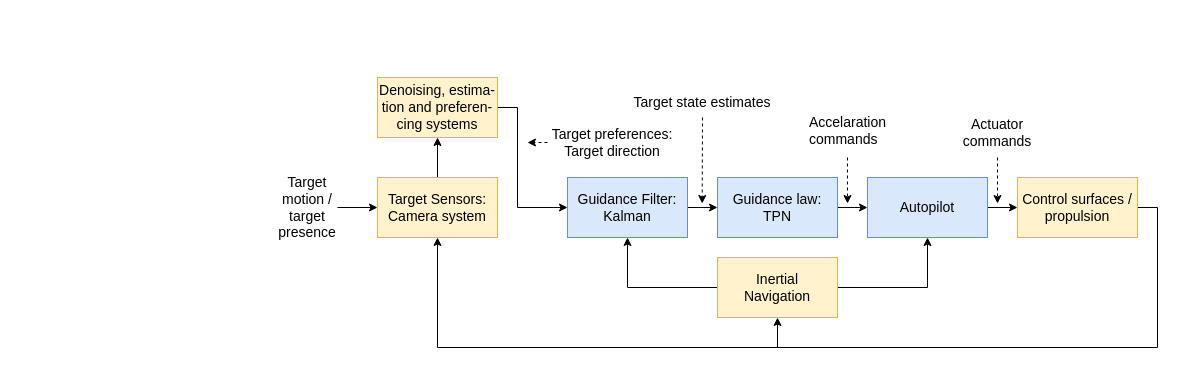
The draw.io diagram Control-Topology.drawio in jukkajo/satunnaista-tavaraa, before the edit. Source tidied: cells renumbered, new cells numbered last; positions are measured from the earlier drawing's top-left corner, leaving out a move shared by most shapes. Both pictures are drawn from the tidied source at 100%, with x=0, y=0 at pixel (277, 77).
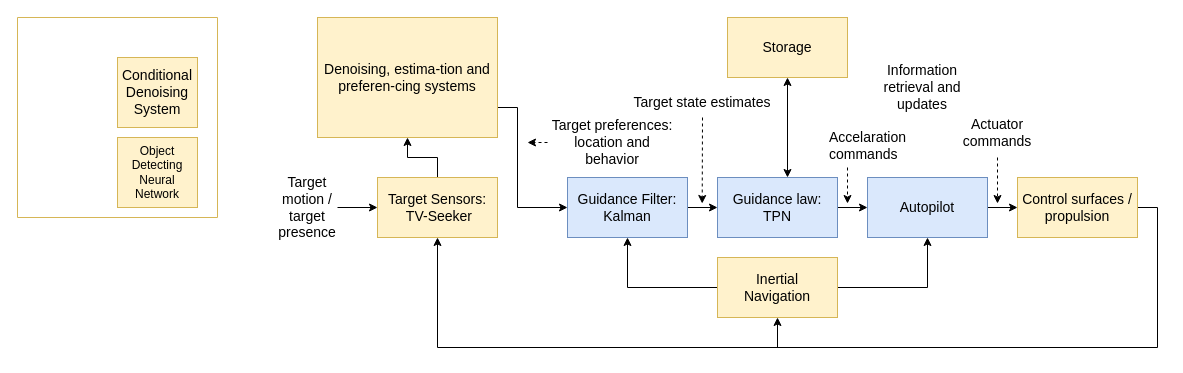
Above is the later version.

Unchanged cells that the change refers to:
```xml
<mxCell id="3" value="&lt;font style=&quot;font-size: 14px;&quot;&gt;Target state estimates&lt;br&gt;&lt;/font&gt;" style="text;html=1;align=center;verticalAlign=middle;whiteSpace=wrap;rounded=0;" parent="1" vertex="1">
  <mxGeometry x="350" y="10" width="150" height="30" as="geometry" />
</mxCell>
```

The edit, as a diff of the source:
```diff
@@
-    <mxCell id="2" value="&lt;div style=&quot;font-size: 13px;&quot;&gt;&lt;font style=&quot;font-size: 14px;&quot;&gt;Target preferences:&lt;/font&gt;&lt;/div&gt;&lt;div&gt;&lt;font style=&quot;font-size: 14px;&quot;&gt;Target direction&lt;br&gt;&lt;/font&gt;&lt;/div&gt;" style="text;html=1;align=center;verticalAlign=middle;whiteSpace=wrap;rounded=0;" parent="1" vertex="1">
+    <mxCell id="2" value="&lt;div style=&quot;font-size: 13px;&quot;&gt;&lt;font style=&quot;font-size: 14px;&quot;&gt;Target preferences:&lt;/font&gt;&lt;/div&gt;&lt;div&gt;&lt;font style=&quot;font-size: 14px;&quot;&gt;location and behavior&lt;br&gt;&lt;/font&gt;&lt;/div&gt;" style="text;html=1;align=center;verticalAlign=middle;whiteSpace=wrap;rounded=0;" parent="1" vertex="1">
       <mxGeometry x="270" y="50" width="130" height="30" as="geometry" />
     </mxCell>
@@
-    <mxCell id="7" value="&lt;div&gt;&lt;font style=&quot;font-size: 14px;&quot;&gt;Target Sensors:&lt;/font&gt;&lt;/div&gt;&lt;div&gt;&lt;font style=&quot;font-size: 14px;&quot;&gt;Camera system&lt;br&gt;&lt;/font&gt;&lt;/div&gt;" style="rounded=0;whiteSpace=wrap;html=1;fillColor=#fff2cc;strokeColor=#d6b656;" parent="1" vertex="1">
+    <mxCell id="7" value="&lt;div&gt;&lt;font style=&quot;font-size: 14px;&quot;&gt;Target Sensors:&lt;/font&gt;&lt;/div&gt;&lt;div&gt;&lt;font style=&quot;font-size: 14px;&quot;&gt;&amp;nbsp;TV-Seeker&lt;br&gt;&lt;/font&gt;&lt;/div&gt;" style="rounded=0;whiteSpace=wrap;html=1;fillColor=#fff2cc;strokeColor=#d6b656;" parent="1" vertex="1">
       <mxGeometry x="100" y="100" width="120" height="60" as="geometry" />
     </mxCell>
@@
-    <mxCell id="21" style="html=1;labelBackgroundColor=#ffffff;startArrow=none;startFill=0;startSize=6;endArrow=classic;endFill=1;endSize=6;jettySize=auto;orthogonalLoop=1;strokeWidth=1;dashed=1;fontSize=14;rounded=0;" parent="1" edge="1">
+    <mxCell id="21" style="html=1;labelBackgroundColor=#ffffff;startArrow=none;startFill=0;startSize=6;endArrow=classic;endFill=1;endSize=6;jettySize=auto;strokeWidth=1;dashed=1;fontSize=14;rounded=0;exitX=0.5;exitY=1;exitDx=0;exitDy=0;" parent="1" edge="1" source="3">
       <mxGeometry relative="1" as="geometry">
-        <mxPoint x="425" y="40" as="sourcePoint" />
         <mxPoint x="424.7" y="126" as="targetPoint" />
       </mxGeometry>
     </mxCell>
     <mxCell id="22" style="html=1;labelBackgroundColor=#ffffff;startArrow=none;startFill=0;startSize=6;endArrow=classic;endFill=1;endSize=6;jettySize=auto;orthogonalLoop=1;strokeWidth=1;dashed=1;fontSize=14;rounded=0;" parent="1" edge="1">
       <mxGeometry relative="1" as="geometry">
-        <mxPoint x="570" y="80" as="sourcePoint" />
+        <mxPoint x="570" y="90" as="sourcePoint" />
         <mxPoint x="570" y="126" as="targetPoint" />
       </mxGeometry>
     </mxCell>
@@
     <mxCell id="24" value="&lt;div&gt;&lt;font style=&quot;font-size: 14px;&quot;&gt;Accelaration&lt;/font&gt;&lt;/div&gt;&lt;div&gt;&lt;font style=&quot;font-size: 14px;&quot;&gt;commands&lt;/font&gt;&lt;/div&gt;" style="text;whiteSpace=wrap;html=1;" parent="1" vertex="1">
-      <mxGeometry x="530" y="30" width="160" height="40" as="geometry" />
+      <mxGeometry x="550" y="45" width="160" height="40" as="geometry" />
     </mxCell>
@@
     <mxCell id="26" value="&lt;font style=&quot;font-size: 14px;&quot;&gt;Denoising, estima-tion and preferen-cing systems&lt;/font&gt;" style="rounded=0;whiteSpace=wrap;html=1;fillColor=#fff2cc;strokeColor=#d6b656;" parent="1" vertex="1">
-      <mxGeometry x="100" width="120" height="60" as="geometry" />
+      <mxGeometry x="40" y="-60" width="180" height="120" as="geometry" />
     </mxCell>
@@
+    <mxCell id="28" style="swimlane;startSize=0;strokeColor=#D6B656;fillColor=#FFF2CC;" parent="1" vertex="1">
+      <mxGeometry x="-260" y="-60" width="200" height="200" as="geometry" />
+    </mxCell>
+    <mxCell id="29" value="&lt;font style=&quot;font-size: 14px;&quot;&gt;Conditional Denoising System&lt;/font&gt;" style="rounded=0;whiteSpace=wrap;html=1;fillColor=#fff2cc;strokeColor=#d6b656;" parent="28" vertex="1">
+      <mxGeometry x="100" y="40" width="80" height="70" as="geometry" />
+    </mxCell>
+    <mxCell id="30" value="Object Detecting Neural Network" style="rounded=0;whiteSpace=wrap;html=1;fillColor=#fff2cc;strokeColor=#d6b656;" parent="28" vertex="1">
+      <mxGeometry x="100" y="120" width="80" height="70" as="geometry" />
+    </mxCell>
+    <mxCell id="31" value="&lt;font style=&quot;font-size: 14px;&quot;&gt;Storage&lt;br&gt;&lt;/font&gt;" style="rounded=0;whiteSpace=wrap;html=1;fillColor=#fff2cc;strokeColor=#d6b656;" parent="1" vertex="1">
+      <mxGeometry x="450" y="-60" width="120" height="60" as="geometry" />
+    </mxCell>
+    <mxCell id="32" style="endArrow=classic;startArrow=classic;html=1;rounded=0;" parent="1" edge="1">
+      <mxGeometry relative="1" as="geometry">
+        <mxPoint x="510" y="100" as="sourcePoint" />
+        <mxPoint x="510" as="targetPoint" />
+      </mxGeometry>
+    </mxCell>
+    <mxCell id="33" value="&lt;font style=&quot;font-size: 14px;&quot;&gt;Information retrieval and updates&lt;/font&gt;" style="text;html=1;align=center;verticalAlign=middle;whiteSpace=wrap;rounded=0;" parent="1" vertex="1">
+      <mxGeometry x="590" y="-10" width="110" height="40" as="geometry" />
+    </mxCell>
```
